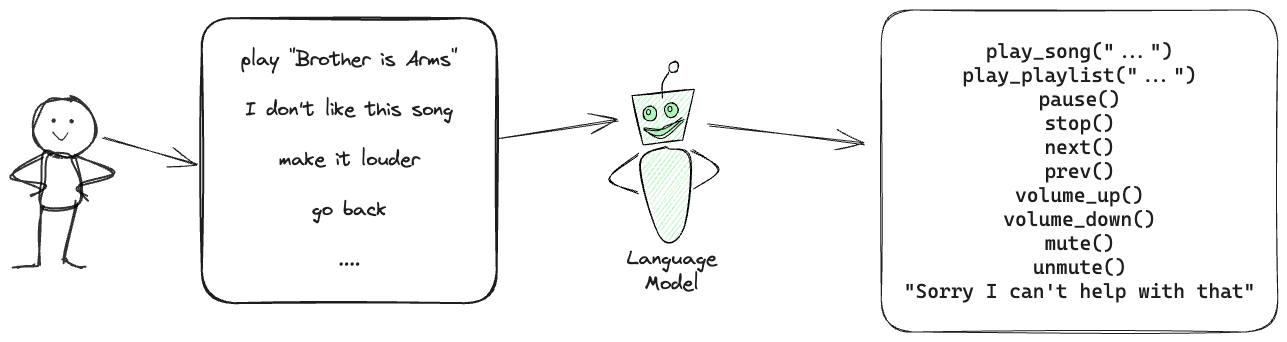
The Excalidraw diagram zurich-azure-ug-2025/graphics/music_controller_problem.excalidraw.png in filipw/filipw.github.io, before a commit. Source tidied: one line per element, renumbered; positions are measured from the earlier drawing's top-left corner, leaving out a move shared by most shapes.
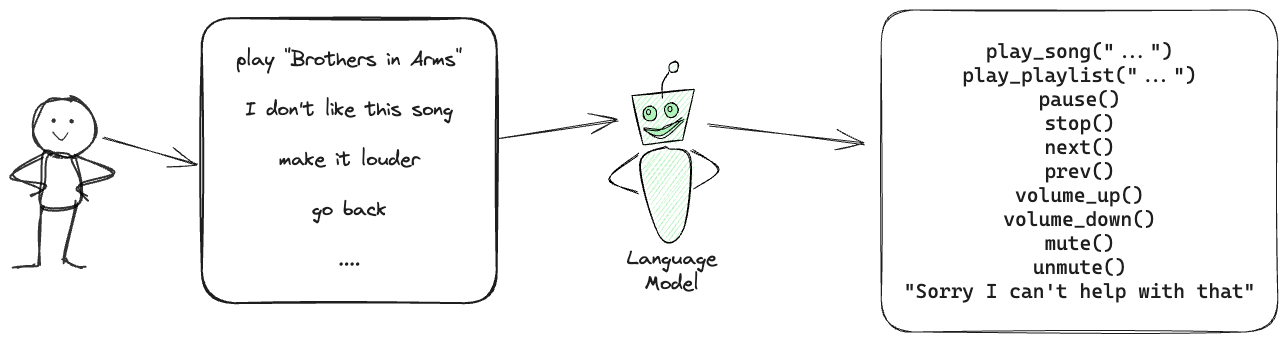
After the commit.

What changed in the source:
```diff
@@ -25,4 +25,4 @@
 {"id": 24, "type": "text", "text": "\nplay_song(\"...\")\nplay_playlist(\"...\")\npause()\nstop()\nnext()\nprev()\nvolume_up()\nvolume_down()\nmute()\nunmute()\n\"Sorry I can't help with that\"\n", "strokeColor": "#1e1e1e", "strokeWidth": 2, "roughness": 1, "fontSize": 20, "fontFamily": 3, "textAlign": "center", "verticalAlign": "middle", "inside": 23, "x": 890, "y": 5, "width": 352, "height": 312}
 {"id": 25, "type": "arrow", "strokeColor": "#1e1e1e", "backgroundColor": "#ffec99", "fillStyle": "solid", "strokeWidth": 1, "roughness": 1, "endArrowhead": "arrow", "round": true, "to": 23, "x": 694, "y": 115, "width": 156, "height": 20, "points": [[0, 0], [156, 20]]}
 {"id": 26, "type": "rectangle", "strokeColor": "#1e1e1e", "strokeWidth": 2, "roughness": 1, "round": true, "x": 188, "y": 8, "width": 295, "height": 285}
-{"id": 27, "type": "text", "text": "\nplay \"Brother is Arms\"\n\nI don't like this song\n\nmake it louder\n\ngo back\n\n....\n", "strokeColor": "#1e1e1e", "strokeWidth": 2, "roughness": 1, "fontSize": 20, "fontFamily": 1, "textAlign": "center", "verticalAlign": "middle", "inside": 26, "x": 227, "y": 13, "width": 216, "height": 275}
+{"id": 27, "type": "text", "text": "\nplay \"Brothers in Arms\"\n\nI don't like this song\n\nmake it louder\n\ngo back\n\n....\n", "strokeColor": "#1e1e1e", "strokeWidth": 2, "roughness": 1, "fontSize": 20, "fontFamily": 1, "textAlign": "center", "verticalAlign": "middle", "inside": 26, "x": 222, "y": 13, "width": 226, "height": 275}
```
